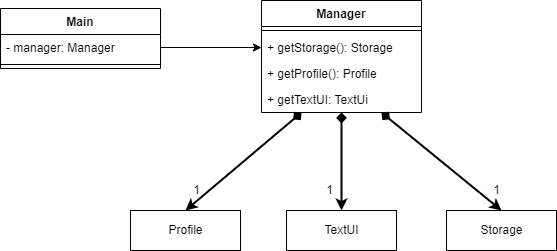
Above: docs/images/developerguide/ManagerComponent.drawio.png in nus-cs2113-AY2122S2/tp (draw.io), before the change. Source tidied: cells renumbered, new cells last; positions are measured from the earlier drawing's top-left corner, leaving out a move shared by most shapes.
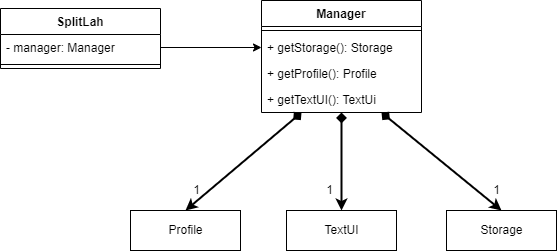
The same file after the commit.

Commit message:
Update existing ManagerComponent diagram

What changed in the source:
```diff
@@ -29,7 +29,7 @@
     <mxCell id="10" value="+ getProfile(): Profile " style="text;strokeColor=none;fillColor=none;align=left;verticalAlign=top;spacingLeft=4;spacingRight=4;overflow=hidden;" parent="7" vertex="1">
       <mxGeometry y="60" width="160" height="26" as="geometry" />
     </mxCell>
-    <mxCell id="11" value="+ getTextUI: TextUi" style="text;strokeColor=none;fillColor=none;align=left;verticalAlign=top;spacingLeft=4;spacingRight=4;overflow=hidden;" parent="7" vertex="1">
+    <mxCell id="11" value="+ getTextUI(): TextUi" style="text;strokeColor=none;fillColor=none;align=left;verticalAlign=top;spacingLeft=4;spacingRight=4;overflow=hidden;" parent="7" vertex="1">
       <mxGeometry y="86" width="160" height="26" as="geometry" />
     </mxCell>
     <mxCell id="12" value="1" style="text;html=1;align=center;verticalAlign=middle;strokeColor=none;fillColor=none;" parent="1" vertex="1">
@@ -41,7 +41,7 @@
     <mxCell id="14" value="1" style="text;html=1;align=center;verticalAlign=middle;strokeColor=none;fillColor=none;" parent="1" vertex="1">
       <mxGeometry x="486" y="180" width="20" height="20" as="geometry" />
     </mxCell>
-    <mxCell id="15" value="Main" style="swimlane;fontStyle=1;align=center;verticalAlign=top;horizontal=1;startSize=26;" parent="1" vertex="1">
+    <mxCell id="15" value="SplitLah" style="swimlane;fontStyle=1;align=center;verticalAlign=top;horizontal=1;startSize=26;" parent="1" vertex="1">
       <mxGeometry y="8" width="160" height="60" as="geometry" />
     </mxCell>
     <mxCell id="16" value="- manager: Manager" style="text;strokeColor=none;fillColor=none;align=left;verticalAlign=top;spacingLeft=4;spacingRight=4;overflow=hidden;points=[[0,0.5],[1,0.5]];portConstraint=eastwest;" parent="15" vertex="1">
```
